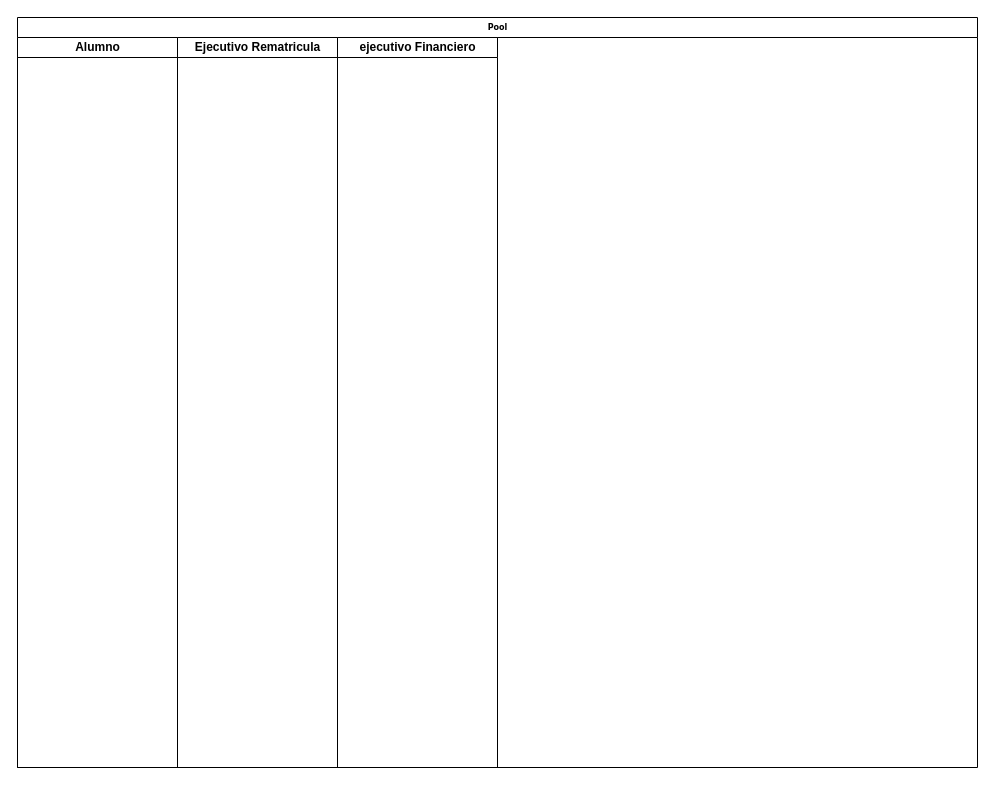
This is page "Rematricula" (1 of 2) of Diagrama sin título.drawio from jpeduti/Uniacc-rematricula, a draw.io file, before an edit. Source tidied: cells renumbered, new cells numbered last; positions are measured from the earlier drawing's top-left corner, leaving out a move shared by most shapes. Both pictures are drawn from the tidied source at 100%, with x=0, y=0 at pixel (17, 17).
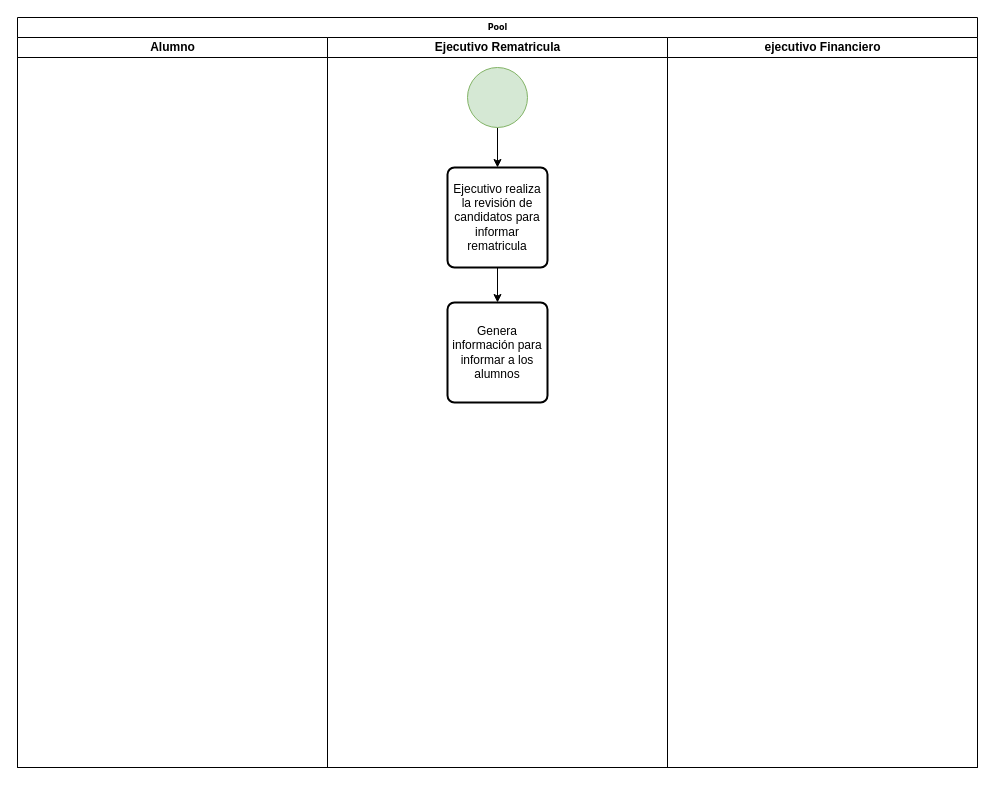
Above is the later version.

The edit, as a diff of the source:
```diff
@@
 <mxGraphModel>
   <root>
     <mxCell id="0" />
     <mxCell id="1" parent="0" />
     <mxCell id="2" value="Pool" style="swimlane;html=1;startSize=20;rounded=0;shadow=0;labelBackgroundColor=none;strokeWidth=1;fontFamily=Verdana;fontSize=8;align=center;" parent="1" vertex="1">
       <mxGeometry width="960" height="750" as="geometry" />
     </mxCell>
     <mxCell id="3" value="Alumno" style="swimlane;html=1;startSize=20;" parent="2" vertex="1">
-      <mxGeometry y="20" width="160" height="730" as="geometry" />
+      <mxGeometry y="20" width="310" height="730" as="geometry" />
     </mxCell>
     <mxCell id="4" value="Ejecutivo Rematricula" style="swimlane;html=1;startSize=20;" parent="2" vertex="1">
-      <mxGeometry x="160" y="20" width="160" height="730" as="geometry" />
+      <mxGeometry x="310" y="20" width="340" height="730" as="geometry" />
     </mxCell>
+    <mxCell id="6" style="edgeStyle=orthogonalEdgeStyle;rounded=0;jettySize=auto;html=1;" parent="4" edge="1" source="7" target="10">
+      <mxGeometry relative="1" as="geometry" />
+    </mxCell>
+    <mxCell id="7" value="Ejecutivo realiza la revisión de candidatos para informar rematricula" style="rounded=1;whiteSpace=wrap;html=1;absoluteArcSize=1;arcSize=14;strokeWidth=2;" parent="4" vertex="1">
+      <mxGeometry x="120" y="130" width="100" height="100" as="geometry" />
+    </mxCell>
+    <mxCell id="8" style="edgeStyle=orthogonalEdgeStyle;rounded=0;jettySize=auto;html=1;" parent="4" edge="1" source="9" target="7">
+      <mxGeometry relative="1" as="geometry" />
+    </mxCell>
+    <mxCell id="9" style="verticalLabelPosition=bottom;verticalAlign=top;html=1;shape=mxgraph.flowchart.on-page_reference;fillColor=#d5e8d4;strokeColor=#82b366;" parent="4" vertex="1">
+      <mxGeometry x="140" y="30" width="60" height="60" as="geometry" />
+    </mxCell>
+    <mxCell id="10" value="Genera información para informar a los alumnos" style="rounded=1;whiteSpace=wrap;html=1;absoluteArcSize=1;arcSize=14;strokeWidth=2;" parent="4" vertex="1">
+      <mxGeometry x="120" y="265" width="100" height="100" as="geometry" />
+    </mxCell>
     <mxCell id="5" value="ejecutivo Financiero" style="swimlane;html=1;startSize=20;" parent="2" vertex="1">
-      <mxGeometry x="320" y="20" width="160" height="730" as="geometry" />
+      <mxGeometry x="650" y="20" width="310" height="730" as="geometry" />
     </mxCell>
   </root>
 </mxGraphModel>
```
